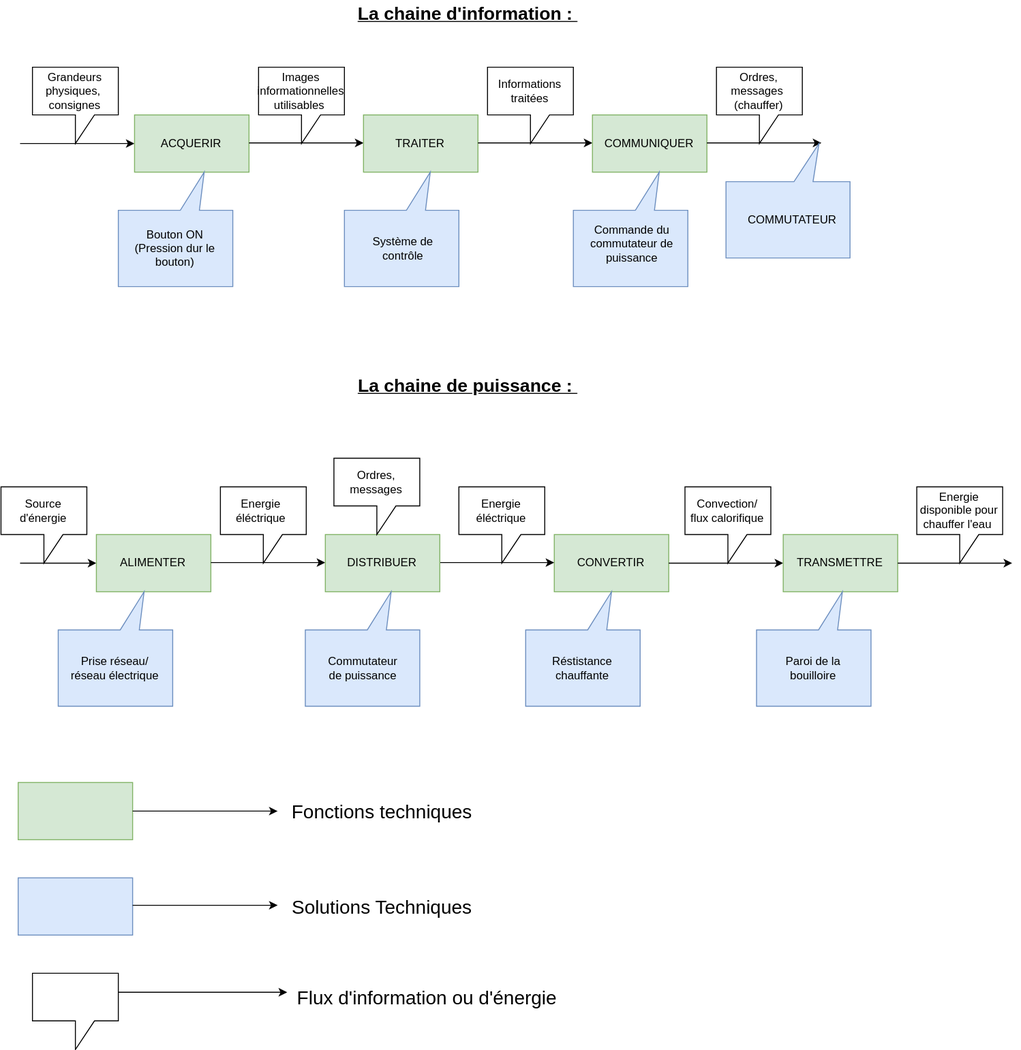
This is Documents/Analyse_Fonctionnelle_Interne/Chaine de puissance et information.drawio.svg from LEMENN-Gabriel/Mon_classeur_PG1, a draw.io export, as it was before one commit. Source tidied: cells renumbered, new cells last; positions are measured from the earlier drawing's top-left corner, leaving out a move shared by most shapes.
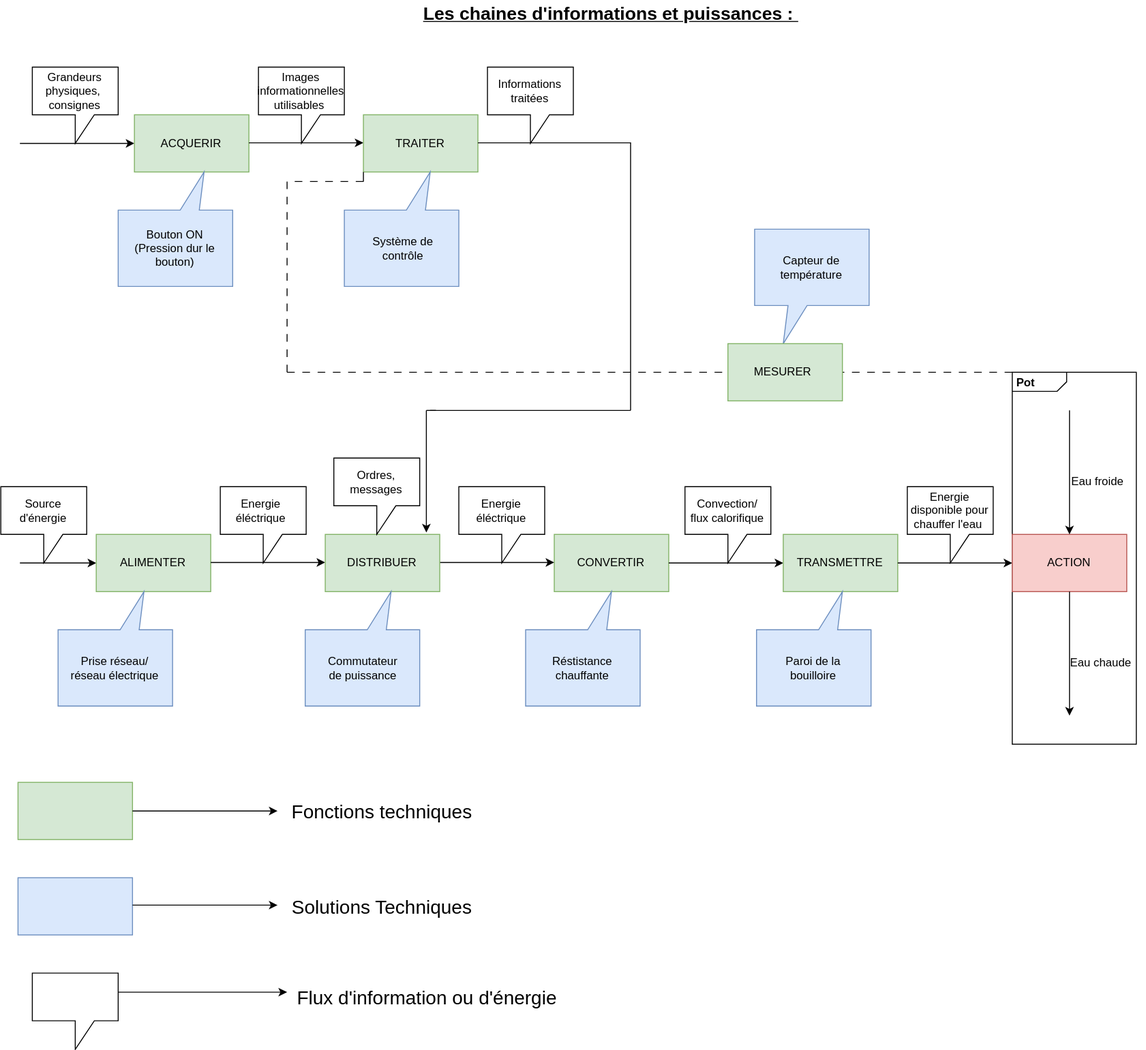
The same diagram one commit later.

Commit message:
Mettre à jour Chaine de puissance et information.drawio.svg

Diff of the diagram source:
```diff
@@ -2,12 +2,12 @@
   <root>
     <mxCell id="0" />
     <mxCell id="1" parent="0" />
+    <mxCell id="70" value="&lt;p style=&quot;margin:0px;margin-top:4px;margin-left:5px;text-align:left;&quot;&gt;&lt;b&gt;Pot&lt;/b&gt;&lt;/p&gt;" style="html=1;shape=mxgraph.sysml.package;overflow=fill;labelX=57.59;align=left;spacingLeft=5;verticalAlign=top;spacingTop=-3;" parent="1" vertex="1">
+      <mxGeometry x="1060" y="390" width="130" height="390" as="geometry" />
+    </mxCell>
     <mxCell id="2" style="rounded=0;whiteSpace=wrap;html=1;fillColor=#d5e8d4;strokeColor=#82b366;" parent="1" vertex="1">
       <mxGeometry x="580" y="560" width="120" height="60" as="geometry" />
     </mxCell>
-    <mxCell id="3" value="&lt;font style=&quot;font-size: 19px;&quot;&gt;&lt;b&gt;&lt;u&gt;La chaine de puissance :&amp;nbsp;&lt;/u&gt;&lt;/b&gt;&lt;/font&gt;" style="text;html=1;whiteSpace=wrap;strokeColor=none;fillColor=none;align=center;verticalAlign=middle;rounded=0;" parent="1" vertex="1">
-      <mxGeometry x="270" y="390" width="440" height="30" as="geometry" />
-    </mxCell>
     <mxCell id="4" style="endArrow=classic;html=1;rounded=0;" parent="1" edge="1">
       <mxGeometry relative="1" as="geometry">
         <mxPoint x="20" y="590" as="sourcePoint" />
@@ -69,7 +69,7 @@
       <mxGeometry x="717" y="510" width="90" height="80" as="geometry" />
     </mxCell>
     <mxCell id="19" style="shape=callout;whiteSpace=wrap;html=1;perimeter=calloutPerimeter;" parent="1" vertex="1">
-      <mxGeometry x="960" y="510" width="90" height="80" as="geometry" />
+      <mxGeometry x="950" y="510" width="90" height="80" as="geometry" />
     </mxCell>
     <mxCell id="20" value="Source d'énergie" style="text;html=1;whiteSpace=wrap;strokeColor=none;fillColor=none;align=center;verticalAlign=middle;rounded=0;" parent="1" vertex="1">
       <mxGeometry x="15" y="520" width="60" height="30" as="geometry" />
@@ -110,8 +110,8 @@
     <mxCell id="32" value="Energie éléctrique" style="text;html=1;whiteSpace=wrap;strokeColor=none;fillColor=none;align=center;verticalAlign=middle;rounded=0;" parent="1" vertex="1">
       <mxGeometry x="495" y="520" width="60" height="30" as="geometry" />
     </mxCell>
-    <mxCell id="33" value="&lt;font style=&quot;font-size: 19px;&quot;&gt;&lt;b&gt;&lt;u&gt;La chaine d'information :&amp;nbsp;&lt;/u&gt;&lt;/b&gt;&lt;/font&gt;" style="text;html=1;whiteSpace=wrap;strokeColor=none;fillColor=none;align=center;verticalAlign=middle;rounded=0;" parent="1" vertex="1">
-      <mxGeometry x="270" width="440" height="30" as="geometry" />
+    <mxCell id="33" value="&lt;font style=&quot;font-size: 19px;&quot;&gt;&lt;b&gt;&lt;u&gt;Les chaines d'informations et puissances :&amp;nbsp;&lt;/u&gt;&lt;/b&gt;&lt;/font&gt;" style="text;html=1;whiteSpace=wrap;strokeColor=none;fillColor=none;align=center;verticalAlign=middle;rounded=0;" parent="1" vertex="1">
+      <mxGeometry x="420" width="440" height="30" as="geometry" />
     </mxCell>
     <mxCell id="34" style="endArrow=classic;html=1;rounded=0;" parent="1" edge="1">
       <mxGeometry relative="1" as="geometry">
@@ -131,45 +131,24 @@
     <mxCell id="37" style="rounded=0;whiteSpace=wrap;html=1;fillColor=#d5e8d4;strokeColor=#82b366;" parent="1" vertex="1">
       <mxGeometry x="380" y="120" width="120" height="60" as="geometry" />
     </mxCell>
-    <mxCell id="38" style="endArrow=classic;html=1;rounded=0;" parent="1" edge="1">
+    <mxCell id="38" style="endArrow=none;html=1;rounded=0;edgeStyle=orthogonalEdgeStyle;endFill=0;" parent="1" edge="1">
       <mxGeometry relative="1" as="geometry">
         <mxPoint x="500" y="149.4" as="sourcePoint" />
-        <mxPoint x="620" y="149.4" as="targetPoint" />
+        <mxPoint x="660" y="430" as="targetPoint" />
       </mxGeometry>
     </mxCell>
-    <mxCell id="39" style="rounded=0;whiteSpace=wrap;html=1;fillColor=#d5e8d4;strokeColor=#82b366;" parent="1" vertex="1">
-      <mxGeometry x="620" y="120" width="120" height="60" as="geometry" />
-    </mxCell>
-    <mxCell id="40" style="endArrow=classic;html=1;rounded=0;" parent="1" edge="1">
-      <mxGeometry relative="1" as="geometry">
-        <mxPoint x="740" y="149.4" as="sourcePoint" />
-        <mxPoint x="860" y="149.4" as="targetPoint" />
-      </mxGeometry>
-    </mxCell>
     <mxCell id="41" value="ACQUERIR" style="text;html=1;whiteSpace=wrap;strokeColor=none;fillColor=none;align=center;verticalAlign=middle;rounded=0;" parent="1" vertex="1">
       <mxGeometry x="170" y="135" width="60" height="30" as="geometry" />
     </mxCell>
     <mxCell id="42" value="TRAITER" style="text;html=1;whiteSpace=wrap;strokeColor=none;fillColor=none;align=center;verticalAlign=middle;rounded=0;" parent="1" vertex="1">
       <mxGeometry x="410" y="135" width="60" height="30" as="geometry" />
     </mxCell>
-    <mxCell id="43" value="COMMUNIQUER" style="text;html=1;whiteSpace=wrap;strokeColor=none;fillColor=none;align=center;verticalAlign=middle;rounded=0;" parent="1" vertex="1">
-      <mxGeometry x="650" y="135" width="60" height="30" as="geometry" />
-    </mxCell>
     <mxCell id="44" value="Bouton ON&lt;div&gt;(Pression dur le bouton)&lt;/div&gt;" style="shape=wedgeCallout;whiteSpace=wrap;html=1;direction=west;fillColor=#dae8fc;strokeColor=#6c8ebf;" parent="1" vertex="1">
       <mxGeometry x="123" y="220" width="120" height="80" as="geometry" />
     </mxCell>
     <mxCell id="45" style="shape=wedgeCallout;whiteSpace=wrap;html=1;direction=west;fillColor=#dae8fc;strokeColor=#6c8ebf;" parent="1" vertex="1">
       <mxGeometry x="360" y="220" width="120" height="80" as="geometry" />
     </mxCell>
-    <mxCell id="46" style="shape=wedgeCallout;whiteSpace=wrap;html=1;direction=west;fillColor=#dae8fc;strokeColor=#6c8ebf;" parent="1" vertex="1">
-      <mxGeometry x="600" y="220" width="120" height="80" as="geometry" />
-    </mxCell>
-    <mxCell id="47" style="shape=wedgeCallout;whiteSpace=wrap;html=1;direction=west;fillColor=#dae8fc;strokeColor=#6c8ebf;" parent="1" vertex="1">
-      <mxGeometry x="760" y="190" width="130" height="80" as="geometry" />
-    </mxCell>
-    <mxCell id="48" value="COMMUTATEUR" style="text;html=1;whiteSpace=wrap;strokeColor=none;fillColor=none;align=center;verticalAlign=middle;rounded=0;" parent="1" vertex="1">
-      <mxGeometry x="800" y="215" width="60" height="30" as="geometry" />
-    </mxCell>
     <mxCell id="49" style="shape=callout;whiteSpace=wrap;html=1;perimeter=calloutPerimeter;" parent="1" vertex="1">
       <mxGeometry x="33" y="70" width="90" height="80" as="geometry" />
     </mxCell>
@@ -179,15 +158,9 @@
     <mxCell id="51" style="shape=callout;whiteSpace=wrap;html=1;perimeter=calloutPerimeter;" parent="1" vertex="1">
       <mxGeometry x="510" y="70" width="90" height="80" as="geometry" />
     </mxCell>
-    <mxCell id="52" value="Ordres, messages&amp;nbsp;&lt;div&gt;(chauffer)&lt;/div&gt;" style="shape=callout;whiteSpace=wrap;html=1;perimeter=calloutPerimeter;" parent="1" vertex="1">
-      <mxGeometry x="750" y="70" width="90" height="80" as="geometry" />
-    </mxCell>
     <mxCell id="53" value="Système de contrôle" style="text;html=1;whiteSpace=wrap;strokeColor=none;fillColor=none;align=center;verticalAlign=middle;rounded=0;" parent="1" vertex="1">
       <mxGeometry x="382" y="245" width="80" height="30" as="geometry" />
     </mxCell>
-    <mxCell id="54" value="Commande du commutateur de puissance" style="text;html=1;whiteSpace=wrap;strokeColor=none;fillColor=none;align=center;verticalAlign=middle;rounded=0;" parent="1" vertex="1">
-      <mxGeometry x="592" y="240" width="140" height="30" as="geometry" />
-    </mxCell>
     <mxCell id="55" value="Paroi de la bouilloire" style="text;html=1;whiteSpace=wrap;strokeColor=none;fillColor=none;align=center;verticalAlign=middle;rounded=0;" parent="1" vertex="1">
       <mxGeometry x="822" y="685" width="60" height="30" as="geometry" />
     </mxCell>
@@ -195,7 +168,7 @@
       <mxGeometry x="364" y="490" width="60" height="30" as="geometry" />
     </mxCell>
     <mxCell id="57" value="Energie disponible pour chauffer l'eau&amp;nbsp;" style="text;html=1;whiteSpace=wrap;strokeColor=none;fillColor=none;align=center;verticalAlign=middle;rounded=0;" parent="1" vertex="1">
-      <mxGeometry x="955" y="520" width="100" height="30" as="geometry" />
+      <mxGeometry x="945" y="520" width="100" height="30" as="geometry" />
     </mxCell>
     <mxCell id="58" value="Informations traitées" style="text;html=1;whiteSpace=wrap;strokeColor=none;fillColor=none;align=center;verticalAlign=middle;rounded=0;" parent="1" vertex="1">
       <mxGeometry x="525" y="80" width="60" height="30" as="geometry" />
@@ -241,5 +214,78 @@
     <mxCell id="69" value="&lt;span style=&quot;font-size: 20px;&quot;&gt;Fonctions techniques&lt;/span&gt;" style="text;html=1;whiteSpace=wrap;strokeColor=none;fillColor=none;align=center;verticalAlign=middle;rounded=0;" parent="1" vertex="1">
       <mxGeometry x="235" y="835" width="330" height="30" as="geometry" />
     </mxCell>
+    <mxCell id="71" style="rounded=0;whiteSpace=wrap;html=1;fillColor=#f8cecc;strokeColor=#b85450;" parent="1" vertex="1">
+      <mxGeometry x="1060" y="560" width="120" height="60" as="geometry" />
+    </mxCell>
+    <mxCell id="72" value="ACTION" style="text;html=1;whiteSpace=wrap;strokeColor=none;fillColor=none;align=center;verticalAlign=middle;rounded=0;" parent="1" vertex="1">
+      <mxGeometry x="1090" y="575" width="60" height="30" as="geometry" />
+    </mxCell>
+    <mxCell id="73" style="endArrow=classic;html=1;rounded=0;entryX=0.5;entryY=0;entryDx=0;entryDy=0;" parent="1" edge="1" target="71">
+      <mxGeometry relative="1" as="geometry">
+        <mxPoint x="1120" y="430" as="sourcePoint" />
+      </mxGeometry>
+    </mxCell>
+    <mxCell id="74" style="endArrow=classic;html=1;rounded=0;exitX=0.5;exitY=1;exitDx=0;exitDy=0;" parent="1" edge="1" source="71">
+      <mxGeometry relative="1" as="geometry">
+        <mxPoint x="1120" y="750" as="targetPoint" />
+      </mxGeometry>
+    </mxCell>
+    <mxCell id="75" value="Eau froide" style="text;html=1;whiteSpace=wrap;strokeColor=none;fillColor=none;align=center;verticalAlign=middle;rounded=0;" parent="1" vertex="1">
+      <mxGeometry x="1120" y="490" width="60" height="30" as="geometry" />
+    </mxCell>
+    <mxCell id="76" value="Eau chaude&amp;nbsp;" style="text;html=1;whiteSpace=wrap;strokeColor=none;fillColor=none;align=center;verticalAlign=middle;rounded=0;" parent="1" vertex="1">
+      <mxGeometry x="1110" y="680" width="90" height="30" as="geometry" />
+    </mxCell>
+    <mxCell id="77" style="endArrow=classic;html=1;rounded=0;entryX=0.883;entryY=-0.033;entryDx=0;entryDy=0;entryPerimeter=0;" parent="1" edge="1" target="8">
+      <mxGeometry relative="1" as="geometry">
+        <mxPoint x="446" y="430" as="sourcePoint" />
+      </mxGeometry>
+    </mxCell>
+    <mxCell id="78" style="endArrow=none;html=1;rounded=0;" parent="1" edge="1">
+      <mxGeometry relative="1" as="geometry">
+        <mxPoint x="450" y="430" as="sourcePoint" />
+        <mxPoint x="660" y="430" as="targetPoint" />
+      </mxGeometry>
+    </mxCell>
+    <mxCell id="79" style="endArrow=none;html=1;rounded=0;" parent="1" edge="1">
+      <mxGeometry relative="1" as="geometry">
+        <mxPoint x="456" y="430" as="sourcePoint" />
+        <mxPoint x="446" y="430" as="targetPoint" />
+      </mxGeometry>
+    </mxCell>
+    <mxCell id="80" style="endArrow=none;dashed=1;html=1;rounded=0;dashPattern=8 8;entryX=0;entryY=0;entryDx=0;entryDy=0;entryPerimeter=0;" parent="1" edge="1" target="70">
+      <mxGeometry relative="1" as="geometry">
+        <mxPoint x="300" y="390" as="sourcePoint" />
+      </mxGeometry>
+    </mxCell>
+    <mxCell id="81" style="shape=wedgeCallout;whiteSpace=wrap;html=1;direction=east;fillColor=#dae8fc;strokeColor=#6c8ebf;" parent="1" vertex="1">
+      <mxGeometry x="790" y="240" width="120" height="80" as="geometry" />
+    </mxCell>
+    <mxCell id="82" value="Capteur de température" style="text;html=1;whiteSpace=wrap;strokeColor=none;fillColor=none;align=center;verticalAlign=middle;rounded=0;" parent="1" vertex="1">
+      <mxGeometry x="820" y="265" width="60" height="30" as="geometry" />
+    </mxCell>
+    <mxCell id="83" style="rounded=0;whiteSpace=wrap;html=1;fillColor=#d5e8d4;strokeColor=#82b366;" parent="1" vertex="1">
+      <mxGeometry x="762" y="360" width="120" height="60" as="geometry" />
+    </mxCell>
+    <mxCell id="84" value="MESURER" style="text;html=1;whiteSpace=wrap;strokeColor=none;fillColor=none;align=center;verticalAlign=middle;rounded=0;" parent="1" vertex="1">
+      <mxGeometry x="790" y="375" width="60" height="30" as="geometry" />
+    </mxCell>
+    <mxCell id="85" style="endArrow=none;dashed=1;html=1;rounded=0;dashPattern=8 8;" parent="1" edge="1">
+      <mxGeometry relative="1" as="geometry">
+        <mxPoint x="300" y="190" as="sourcePoint" />
+        <mxPoint x="300" y="390" as="targetPoint" />
+      </mxGeometry>
+    </mxCell>
+    <mxCell id="86" style="endArrow=none;dashed=1;html=1;rounded=0;dashPattern=8 8;" parent="1" edge="1">
+      <mxGeometry relative="1" as="geometry">
+        <mxPoint x="380" y="190" as="sourcePoint" />
+        <mxPoint x="300" y="190" as="targetPoint" />
+      </mxGeometry>
+    </mxCell>
+    <mxCell id="87" style="endArrow=none;dashed=1;html=1;rounded=0;entryX=0;entryY=1;entryDx=0;entryDy=0;dashPattern=12 12;" parent="1" edge="1" target="37">
+      <mxGeometry relative="1" as="geometry">
+        <mxPoint x="380" y="190" as="sourcePoint" />
+      </mxGeometry>
+    </mxCell>
   </root>
 </mxGraphModel>
```
